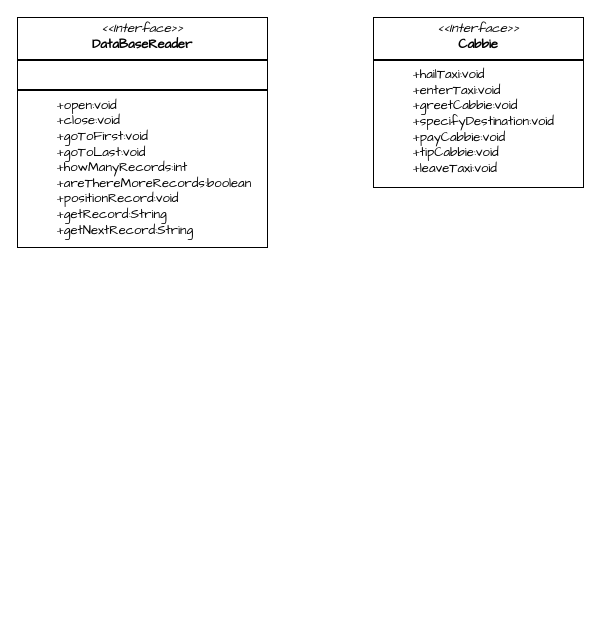
Earlier version of the draw.io diagram Drawio/OOP.drawio (xinzhuxiansheng/blog-notes). Source tidied: cells renumbered, new cells numbered last; positions are measured from the earlier drawing's top-left corner, leaving out a move shared by most shapes. Both pictures are drawn from the tidied source at 100%, with x=0, y=0 at pixel (17, 17).
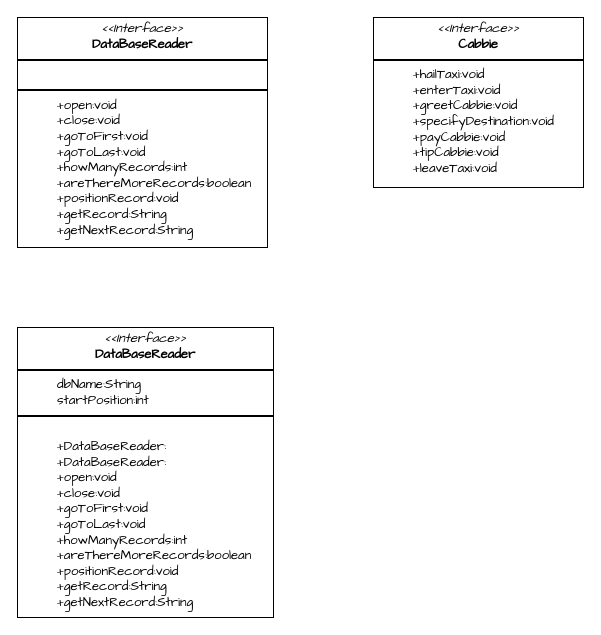
After the change.

Diff of the diagram source:
```diff
@@
 <mxGraphModel>
   <root>
     <mxCell id="0" />
     <mxCell id="1" parent="0" />
     <mxCell id="2" value="&lt;p style=&quot;margin: 4px 0px 0px; text-align: center; font-size: 13px;&quot;&gt;&lt;i style=&quot;font-size: 13px;&quot;&gt;&amp;lt;&amp;lt;Interface&amp;gt;&amp;gt;&lt;/i&gt;&lt;br style=&quot;font-size: 13px;&quot;&gt;&lt;/p&gt;&lt;div style=&quot;text-align: center; font-size: 13px;&quot;&gt;&lt;span style=&quot;font-size: 13px; color: rgb(0, 0, 0); font-weight: bold;&quot;&gt;DataBaseReader&lt;/span&gt;&lt;/div&gt;&lt;hr style=&quot;border-style: solid; font-size: 13px;&quot;&gt;&lt;p style=&quot;margin: 0px 0px 0px 4px; font-size: 13px;&quot;&gt;&lt;br style=&quot;font-size: 13px;&quot;&gt;&lt;/p&gt;&lt;hr style=&quot;border-style: solid; font-size: 13px;&quot;&gt;&lt;blockquote style=&quot;margin: 0 0 0 40px; border: none; padding: 0px;&quot;&gt;&lt;div style=&quot;font-size: 13px;&quot;&gt;&lt;span style=&quot;font-size: 13px; color: rgb(0, 0, 0);&quot;&gt;+open:void&lt;/span&gt;&lt;/div&gt;&lt;div style=&quot;font-size: 13px;&quot;&gt;&lt;span style=&quot;font-size: 13px; color: rgb(0, 0, 0);&quot;&gt;+close:void&lt;/span&gt;&lt;/div&gt;&lt;div style=&quot;font-size: 13px;&quot;&gt;&lt;span style=&quot;font-size: 13px; color: rgb(0, 0, 0);&quot;&gt;+goToFirst:void&lt;/span&gt;&lt;/div&gt;&lt;div style=&quot;font-size: 13px;&quot;&gt;&lt;span style=&quot;font-size: 13px; color: rgb(0, 0, 0);&quot;&gt;+goToLast:void&lt;/span&gt;&lt;/div&gt;&lt;div style=&quot;font-size: 13px;&quot;&gt;&lt;span style=&quot;font-size: 13px; color: rgb(0, 0, 0);&quot;&gt;+howManyRecords:int&lt;/span&gt;&lt;/div&gt;&lt;div style=&quot;font-size: 13px;&quot;&gt;&lt;span style=&quot;font-size: 13px; color: rgb(0, 0, 0);&quot;&gt;+areThereMoreRecords:boolean&lt;/span&gt;&lt;/div&gt;&lt;div style=&quot;font-size: 13px;&quot;&gt;&lt;span style=&quot;font-size: 13px; color: rgb(0, 0, 0);&quot;&gt;+positionRecord:void&lt;/span&gt;&lt;/div&gt;&lt;div style=&quot;font-size: 13px;&quot;&gt;&lt;span style=&quot;font-size: 13px; color: rgb(0, 0, 0);&quot;&gt;+getRecord:String&lt;/span&gt;&lt;/div&gt;&lt;div style=&quot;font-size: 13px;&quot;&gt;&lt;span style=&quot;font-size: 13px; color: rgb(0, 0, 0);&quot;&gt;+getNextRecord:String&lt;/span&gt;&lt;/div&gt;&lt;/blockquote&gt;" style="verticalAlign=top;align=left;overflow=fill;html=1;whiteSpace=wrap;fontFamily=Comic Sans MS;fontSize=13;" parent="1" vertex="1">
       <mxGeometry width="250" height="230" as="geometry" />
     </mxCell>
     <mxCell id="3" value="&lt;p style=&quot;margin: 4px 0px 0px; text-align: center; font-size: 13px;&quot;&gt;&lt;i style=&quot;font-size: 13px;&quot;&gt;&amp;lt;&amp;lt;Interface&amp;gt;&amp;gt;&lt;/i&gt;&lt;/p&gt;&lt;div style=&quot;text-align: center; font-size: 13px;&quot;&gt;&lt;div style=&quot;font-size: 13px;&quot;&gt;&lt;span style=&quot;font-size: 13px; font-weight: bold;&quot;&gt;Cabbie&lt;/span&gt;&lt;/div&gt;&lt;/div&gt;&lt;hr style=&quot;border-style: solid; font-size: 13px;&quot;&gt;&lt;blockquote style=&quot;margin: 0px 0px 0px 40px; border: none; padding: 0px; font-size: 13px;&quot;&gt;&lt;div style=&quot;font-size: 13px;&quot;&gt;&lt;div style=&quot;font-size: 13px;&quot;&gt;&lt;span style=&quot;font-size: 13px;&quot;&gt;+hailTaxi:void&lt;br style=&quot;font-size: 13px;&quot;&gt;&lt;/span&gt;&lt;/div&gt;&lt;div style=&quot;font-size: 13px;&quot;&gt;&lt;span style=&quot;font-size: 13px;&quot;&gt;+enterTaxi:void&lt;br style=&quot;font-size: 13px;&quot;&gt;&lt;/span&gt;&lt;/div&gt;&lt;div style=&quot;font-size: 13px;&quot;&gt;&lt;span style=&quot;font-size: 13px;&quot;&gt;+greetCabbie:void&lt;br style=&quot;font-size: 13px;&quot;&gt;&lt;/span&gt;&lt;/div&gt;&lt;div style=&quot;font-size: 13px;&quot;&gt;&lt;span style=&quot;font-size: 13px;&quot;&gt;+specifyDestination:void&lt;br style=&quot;font-size: 13px;&quot;&gt;&lt;/span&gt;&lt;/div&gt;&lt;div style=&quot;font-size: 13px;&quot;&gt;&lt;span style=&quot;font-size: 13px;&quot;&gt;+payCabbie:void&lt;br style=&quot;font-size: 13px;&quot;&gt;&lt;/span&gt;&lt;/div&gt;&lt;div style=&quot;font-size: 13px;&quot;&gt;&lt;span style=&quot;font-size: 13px;&quot;&gt;+tipCabbie:void&lt;br style=&quot;font-size: 13px;&quot;&gt;&lt;/span&gt;&lt;/div&gt;&lt;div style=&quot;font-size: 13px;&quot;&gt;&lt;span style=&quot;font-size: 13px;&quot;&gt;+leaveTaxi:void&lt;/span&gt;&lt;/div&gt;&lt;/div&gt;&lt;/blockquote&gt;" style="verticalAlign=top;align=left;overflow=fill;html=1;whiteSpace=wrap;fontFamily=Comic Sans MS;fontSize=13;" parent="1" vertex="1">
       <mxGeometry x="356" width="210" height="170" as="geometry" />
     </mxCell>
+    <mxCell id="4" value="&lt;p style=&quot;margin: 4px 0px 0px; text-align: center; font-size: 13px;&quot;&gt;&lt;i style=&quot;font-size: 13px;&quot;&gt;&amp;lt;&amp;lt;Interface&amp;gt;&amp;gt;&lt;/i&gt;&lt;br style=&quot;font-size: 13px;&quot;&gt;&lt;/p&gt;&lt;div style=&quot;text-align: center; font-size: 13px;&quot;&gt;&lt;span style=&quot;font-size: 13px; color: rgb(0, 0, 0); font-weight: bold;&quot;&gt;DataBaseReader&lt;/span&gt;&lt;/div&gt;&lt;hr style=&quot;border-style: solid; font-size: 13px;&quot;&gt;&lt;blockquote style=&quot;margin: 0px 0px 0px 40px; border: none; padding: 0px; font-size: 13px;&quot;&gt;&lt;div style=&quot;font-size: 13px;&quot;&gt;&lt;span style=&quot;font-size: 13px; color: rgb(0, 0, 0);&quot;&gt;dbName:String&lt;/span&gt;&lt;/div&gt;&lt;div style=&quot;font-size: 13px;&quot;&gt;&lt;span style=&quot;font-size: 13px; color: rgb(0, 0, 0);&quot;&gt;startPosition:int&lt;/span&gt;&lt;/div&gt;&lt;/blockquote&gt;&lt;hr style=&quot;border-style: solid; font-size: 13px;&quot;&gt;&lt;blockquote style=&quot;margin: 0px 0px 0px 40px; border: none; padding: 0px; font-size: 13px;&quot;&gt;&lt;div style=&quot;font-size: 13px;&quot;&gt;&lt;br style=&quot;font-size: 13px;&quot;&gt;&lt;div style=&quot;font-size: 13px;&quot;&gt;&lt;span style=&quot;font-size: 13px;&quot;&gt;+DataBaseReader:&lt;br style=&quot;font-size: 13px;&quot;&gt;&lt;/span&gt;&lt;/div&gt;&lt;div style=&quot;font-size: 13px;&quot;&gt;&lt;span style=&quot;font-size: 13px;&quot;&gt;+DataBaseReader:&lt;br style=&quot;font-size: 13px;&quot;&gt;&lt;/span&gt;&lt;/div&gt;&lt;div style=&quot;font-size: 13px;&quot;&gt;&lt;span style=&quot;font-size: 13px;&quot;&gt;+open:void&lt;br style=&quot;font-size: 13px;&quot;&gt;&lt;/span&gt;&lt;/div&gt;&lt;div style=&quot;font-size: 13px;&quot;&gt;&lt;span style=&quot;font-size: 13px;&quot;&gt;+close:void&lt;br style=&quot;font-size: 13px;&quot;&gt;&lt;/span&gt;&lt;/div&gt;&lt;div style=&quot;font-size: 13px;&quot;&gt;&lt;span style=&quot;font-size: 13px;&quot;&gt;+goToFirst:void&lt;br style=&quot;font-size: 13px;&quot;&gt;&lt;/span&gt;&lt;/div&gt;&lt;div style=&quot;font-size: 13px;&quot;&gt;&lt;span style=&quot;font-size: 13px;&quot;&gt;+goToLast:void&lt;br style=&quot;font-size: 13px;&quot;&gt;&lt;/span&gt;&lt;/div&gt;&lt;div style=&quot;font-size: 13px;&quot;&gt;&lt;span style=&quot;font-size: 13px;&quot;&gt;+howManyRecords:int&lt;br style=&quot;font-size: 13px;&quot;&gt;&lt;/span&gt;&lt;/div&gt;&lt;div style=&quot;font-size: 13px;&quot;&gt;&lt;span style=&quot;font-size: 13px;&quot;&gt;+areThereMoreRecords:boolean&lt;br style=&quot;font-size: 13px;&quot;&gt;&lt;/span&gt;&lt;/div&gt;&lt;div style=&quot;font-size: 13px;&quot;&gt;&lt;span style=&quot;font-size: 13px;&quot;&gt;+positionRecord:void&lt;br style=&quot;font-size: 13px;&quot;&gt;&lt;/span&gt;&lt;/div&gt;&lt;div style=&quot;font-size: 13px;&quot;&gt;&lt;span style=&quot;font-size: 13px;&quot;&gt;+getRecord:String&lt;br style=&quot;font-size: 13px;&quot;&gt;&lt;/span&gt;&lt;/div&gt;&lt;div style=&quot;font-size: 13px;&quot;&gt;&lt;span style=&quot;font-size: 13px;&quot;&gt;+getNextRecord:String&amp;nbsp;&lt;/span&gt;&lt;/div&gt;&lt;/div&gt;&lt;/blockquote&gt;" style="verticalAlign=top;align=left;overflow=fill;html=1;whiteSpace=wrap;fontFamily=Comic Sans MS;fontSize=13;" parent="1" vertex="1">
+      <mxGeometry y="310" width="256" height="290" as="geometry" />
+    </mxCell>
   </root>
 </mxGraphModel>
```
